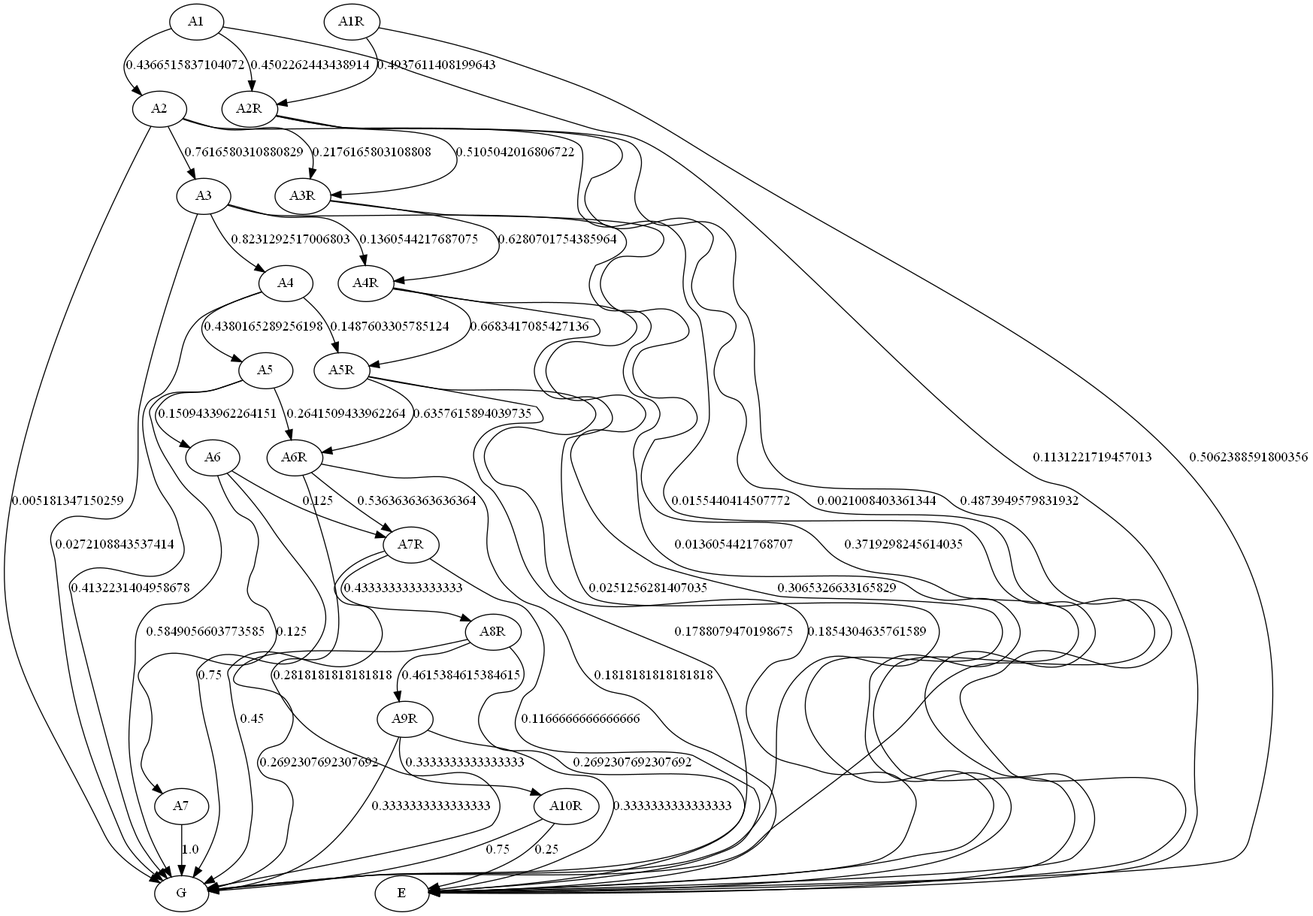
Above: graph/markov.png in JulianaFerreira/educacao (Graphviz), before the change. Its source is kept beside it as graph/markov.dot. Its diagram source:
```dot
digraph  {
A1;
A2;
A3;
A4;
A5;
A6;
A7;
A2R;
A1R;
A3R;
A4R;
A5R;
A6R;
A7R;
A8R;
A9R;
A10R;
E;
G;
A1 -> A2  [key=0, label="0.4366515837104072", weight="0.4366515837104072"];
A1 -> A2R  [key=0, label="0.4502262443438914", weight="0.4502262443438914"];
A1 -> E  [key=0, label="0.1131221719457013", weight="0.1131221719457013"];
A2 -> A3  [key=0, label="0.7616580310880829", weight="0.7616580310880829"];
A2 -> A3R  [key=0, label="0.2176165803108808", weight="0.2176165803108808"];
A2 -> E  [key=0, label="0.0155440414507772", weight="0.0155440414507772"];
A2 -> G  [key=0, label="0.005181347150259", weight="0.005181347150259"];
A3 -> A4  [key=0, label="0.8231292517006803", weight="0.8231292517006803"];
A3 -> A4R  [key=0, label="0.1360544217687075", weight="0.1360544217687075"];
A3 -> E  [key=0, label="0.0136054421768707", weight="0.0136054421768707"];
A3 -> G  [key=0, label="0.0272108843537414", weight="0.0272108843537414"];
A4 -> A5  [key=0, label="0.4380165289256198", weight="0.4380165289256198"];
A4 -> A5R  [key=0, label="0.1487603305785124", weight="0.1487603305785124"];
A4 -> G  [key=0, label="0.4132231404958678", weight="0.4132231404958678"];
A5 -> A6  [key=0, label="0.1509433962264151", weight="0.1509433962264151"];
A5 -> A6R  [key=0, label="0.2641509433962264", weight="0.2641509433962264"];
A5 -> G  [key=0, label="0.5849056603773585", weight="0.5849056603773585"];
A6 -> A7  [key=0, label="0.125", weight="0.125"];
A6 -> A7R  [key=0, label="0.125", weight="0.125"];
A6 -> G  [key=0, label="0.75", weight="0.75"];
A7 -> G  [key=0, label="1.0", weight="1.0"];
A2R -> A3R  [key=0, label="0.5105042016806722", weight="0.5105042016806722"];
A2R -> E  [key=0, label="0.4873949579831932", weight="0.4873949579831932"];
A2R -> G  [key=0, label="0.0021008403361344", weight="0.0021008403361344"];
A1R -> A2R  [key=0, label="0.4937611408199643", weight="0.4937611408199643"];
A1R -> E  [key=0, label="0.5062388591800356", weight="0.5062388591800356"];
A3R -> A4R  [key=0, label="0.6280701754385964", weight="0.6280701754385964"];
A3R -> E  [key=0, label="0.3719298245614035", weight="0.3719298245614035"];
A4R -> A5R  [key=0, label="0.6683417085427136", weight="0.6683417085427136"];
A4R -> E  [key=0, label="0.3065326633165829", weight="0.3065326633165829"];
A4R -> G  [key=0, label="0.0251256281407035", weight="0.0251256281407035"];
A5R -> A6R  [key=0, label="0.6357615894039735", weight="0.6357615894039735"];
A5R -> E  [key=0, label="0.1854304635761589", weight="0.1854304635761589"];
A5R -> G  [key=0, label="0.1788079470198675", weight="0.1788079470198675"];
A6R -> A7R  [key=0, label="0.5363636363636364", weight="0.5363636363636364"];
A6R -> E  [key=0, label="0.1818181818181818", weight="0.1818181818181818"];
A6R -> G  [key=0, label="0.2818181818181818", weight="0.2818181818181818"];
A7R -> A8R  [key=0, label="0.4333333333333333", weight="0.4333333333333333"];
A7R -> E  [key=0, label="0.1166666666666666", weight="0.1166666666666666"];
A7R -> G  [key=0, label="0.45", weight="0.45"];
A8R -> A9R  [key=0, label="0.4615384615384615", weight="0.4615384615384615"];
A8R -> E  [key=0, label="0.2692307692307692", weight="0.2692307692307692"];
A8R -> G  [key=0, label="0.2692307692307692", weight="0.2692307692307692"];
A9R -> A10R  [key=0, label="0.3333333333333333", weight="0.3333333333333333"];
A9R -> E  [key=0, label="0.3333333333333333", weight="0.3333333333333333"];
A9R -> G  [key=0, label="0.3333333333333333", weight="0.3333333333333333"];
A10R -> E  [key=0, label="0.25", weight="0.25"];
A10R -> G  [key=0, label="0.75", weight="0.75"];
}
```
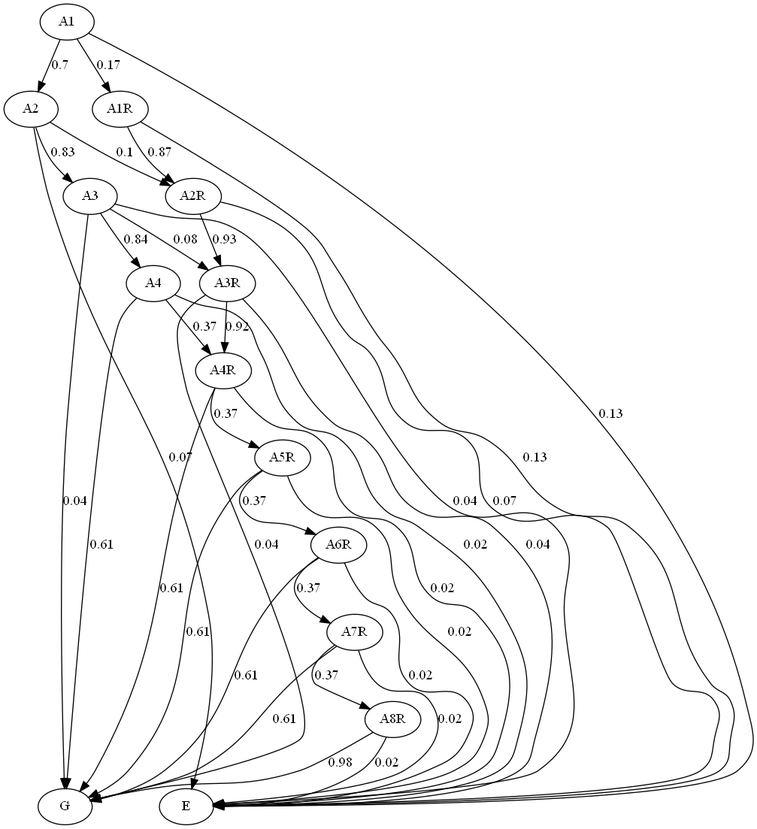
The same diagram one commit later.

The edit, as a diff of the source:
```diff
@@ -3,67 +3,48 @@
 A2;
 A3;
 A4;
-A5;
-A6;
-A7;
+A1R;
 A2R;
-A1R;
 A3R;
 A4R;
 A5R;
 A6R;
 A7R;
 A8R;
-A9R;
-A10R;
+G;
 E;
-G;
-A1 -> A2  [key=0, label="0.4366515837104072", weight="0.4366515837104072"];
-A1 -> A2R  [key=0, label="0.4502262443438914", weight="0.4502262443438914"];
-A1 -> E  [key=0, label="0.1131221719457013", weight="0.1131221719457013"];
-A2 -> A3  [key=0, label="0.7616580310880829", weight="0.7616580310880829"];
-A2 -> A3R  [key=0, label="0.2176165803108808", weight="0.2176165803108808"];
-A2 -> E  [key=0, label="0.0155440414507772", weight="0.0155440414507772"];
-A2 -> G  [key=0, label="0.005181347150259", weight="0.005181347150259"];
-A3 -> A4  [key=0, label="0.8231292517006803", weight="0.8231292517006803"];
-A3 -> A4R  [key=0, label="0.1360544217687075", weight="0.1360544217687075"];
-A3 -> E  [key=0, label="0.0136054421768707", weight="0.0136054421768707"];
-A3 -> G  [key=0, label="0.0272108843537414", weight="0.0272108843537414"];
-A4 -> A5  [key=0, label="0.4380165289256198", weight="0.4380165289256198"];
-A4 -> A5R  [key=0, label="0.1487603305785124", weight="0.1487603305785124"];
-A4 -> G  [key=0, label="0.4132231404958678", weight="0.4132231404958678"];
-A5 -> A6  [key=0, label="0.1509433962264151", weight="0.1509433962264151"];
-A5 -> A6R  [key=0, label="0.2641509433962264", weight="0.2641509433962264"];
-A5 -> G  [key=0, label="0.5849056603773585", weight="0.5849056603773585"];
-A6 -> A7  [key=0, label="0.125", weight="0.125"];
-A6 -> A7R  [key=0, label="0.125", weight="0.125"];
-A6 -> G  [key=0, label="0.75", weight="0.75"];
-A7 -> G  [key=0, label="1.0", weight="1.0"];
-A2R -> A3R  [key=0, label="0.5105042016806722", weight="0.5105042016806722"];
-A2R -> E  [key=0, label="0.4873949579831932", weight="0.4873949579831932"];
-A2R -> G  [key=0, label="0.0021008403361344", weight="0.0021008403361344"];
-A1R -> A2R  [key=0, label="0.4937611408199643", weight="0.4937611408199643"];
-A1R -> E  [key=0, label="0.5062388591800356", weight="0.5062388591800356"];
-A3R -> A4R  [key=0, label="0.6280701754385964", weight="0.6280701754385964"];
-A3R -> E  [key=0, label="0.3719298245614035", weight="0.3719298245614035"];
-A4R -> A5R  [key=0, label="0.6683417085427136", weight="0.6683417085427136"];
-A4R -> E  [key=0, label="0.3065326633165829", weight="0.3065326633165829"];
-A4R -> G  [key=0, label="0.0251256281407035", weight="0.0251256281407035"];
-A5R -> A6R  [key=0, label="0.6357615894039735", weight="0.6357615894039735"];
-A5R -> E  [key=0, label="0.1854304635761589", weight="0.1854304635761589"];
-A5R -> G  [key=0, label="0.1788079470198675", weight="0.1788079470198675"];
-A6R -> A7R  [key=0, label="0.5363636363636364", weight="0.5363636363636364"];
-A6R -> E  [key=0, label="0.1818181818181818", weight="0.1818181818181818"];
-A6R -> G  [key=0, label="0.2818181818181818", weight="0.2818181818181818"];
-A7R -> A8R  [key=0, label="0.4333333333333333", weight="0.4333333333333333"];
-A7R -> E  [key=0, label="0.1166666666666666", weight="0.1166666666666666"];
-A7R -> G  [key=0, label="0.45", weight="0.45"];
-A8R -> A9R  [key=0, label="0.4615384615384615", weight="0.4615384615384615"];
-A8R -> E  [key=0, label="0.2692307692307692", weight="0.2692307692307692"];
-A8R -> G  [key=0, label="0.2692307692307692", weight="0.2692307692307692"];
-A9R -> A10R  [key=0, label="0.3333333333333333", weight="0.3333333333333333"];
-A9R -> E  [key=0, label="0.3333333333333333", weight="0.3333333333333333"];
-A9R -> G  [key=0, label="0.3333333333333333", weight="0.3333333333333333"];
-A10R -> E  [key=0, label="0.25", weight="0.25"];
-A10R -> G  [key=0, label="0.75", weight="0.75"];
+A1 -> A2  [key=0, label="0.7", weight="0.7"];
+A1 -> A1R  [key=0, label="0.17", weight="0.17"];
+A1 -> E  [key=0, label="0.13", weight="0.13"];
+A2 -> A3  [key=0, label="0.83", weight="0.83"];
+A2 -> A2R  [key=0, label="0.1", weight="0.1"];
+A2 -> E  [key=0, label="0.07", weight="0.07"];
+A3 -> A4  [key=0, label="0.84", weight="0.84"];
+A3 -> A3R  [key=0, label="0.08", weight="0.08"];
+A3 -> G  [key=0, label="0.04", weight="0.04"];
+A3 -> E  [key=0, label="0.04", weight="0.04"];
+A4 -> A4R  [key=0, label="0.37", weight="0.37"];
+A4 -> G  [key=0, label="0.61", weight="0.61"];
+A4 -> E  [key=0, label="0.02", weight="0.02"];
+A1R -> A2R  [key=0, label="0.87", weight="0.87"];
+A1R -> E  [key=0, label="0.13", weight="0.13"];
+A2R -> A3R  [key=0, label="0.93", weight="0.93"];
+A2R -> E  [key=0, label="0.07", weight="0.07"];
+A3R -> A4R  [key=0, label="0.92", weight="0.92"];
+A3R -> G  [key=0, label="0.04", weight="0.04"];
+A3R -> E  [key=0, label="0.04", weight="0.04"];
+A4R -> A5R  [key=0, label="0.37", weight="0.37"];
+A4R -> G  [key=0, label="0.61", weight="0.61"];
+A4R -> E  [key=0, label="0.02", weight="0.02"];
+A5R -> A6R  [key=0, label="0.37", weight="0.37"];
+A5R -> G  [key=0, label="0.61", weight="0.61"];
+A5R -> E  [key=0, label="0.02", weight="0.02"];
+A6R -> A7R  [key=0, label="0.37", weight="0.37"];
+A6R -> G  [key=0, label="0.61", weight="0.61"];
+A6R -> E  [key=0, label="0.02", weight="0.02"];
+A7R -> A8R  [key=0, label="0.37", weight="0.37"];
+A7R -> G  [key=0, label="0.61", weight="0.61"];
+A7R -> E  [key=0, label="0.02", weight="0.02"];
+A8R -> G  [key=0, label="0.98", weight="0.98"];
+A8R -> E  [key=0, label="0.02", weight="0.02"];
 }
```
